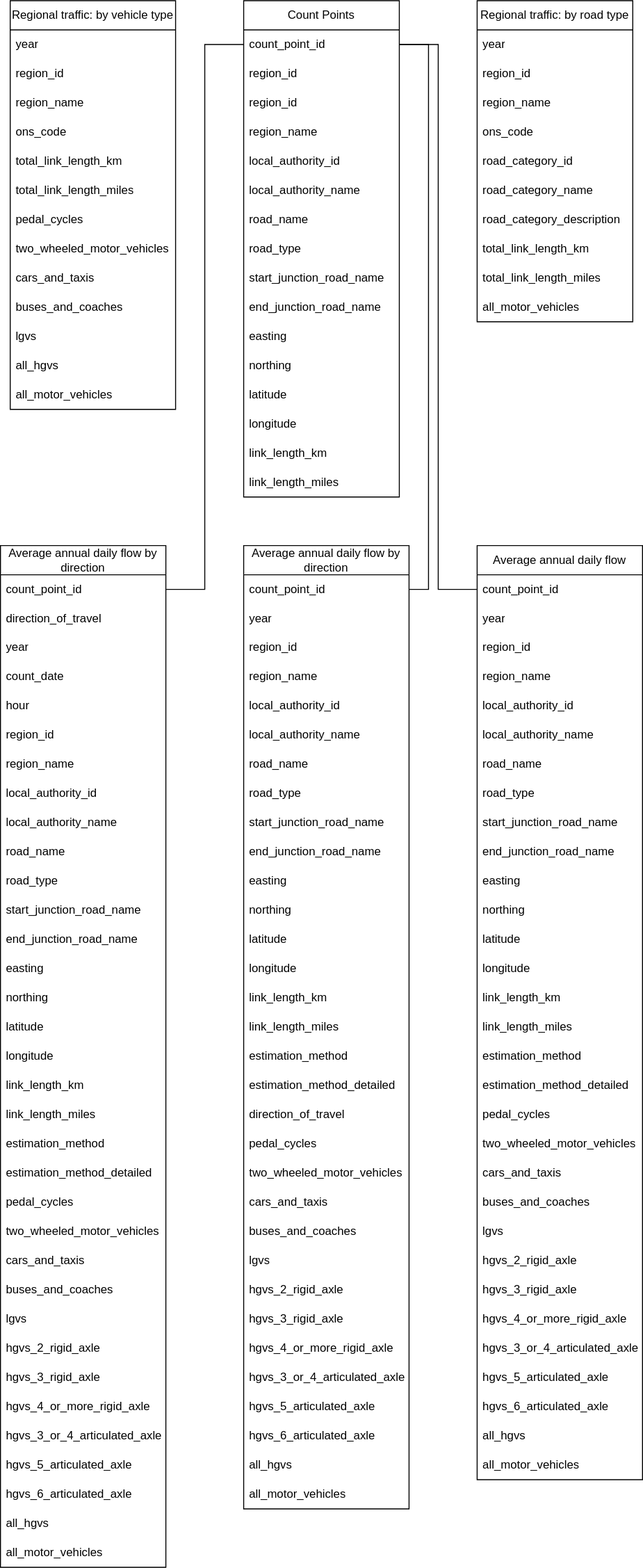
The draw.io diagram IDS/Assest/TrafficSchema.drawio.svg in MCollins87/MSC_EnterpriseIT, before a commit. Source tidied: cells renumbered, new cells last; positions are measured from the earlier drawing's top-left corner, leaving out a move shared by most shapes.
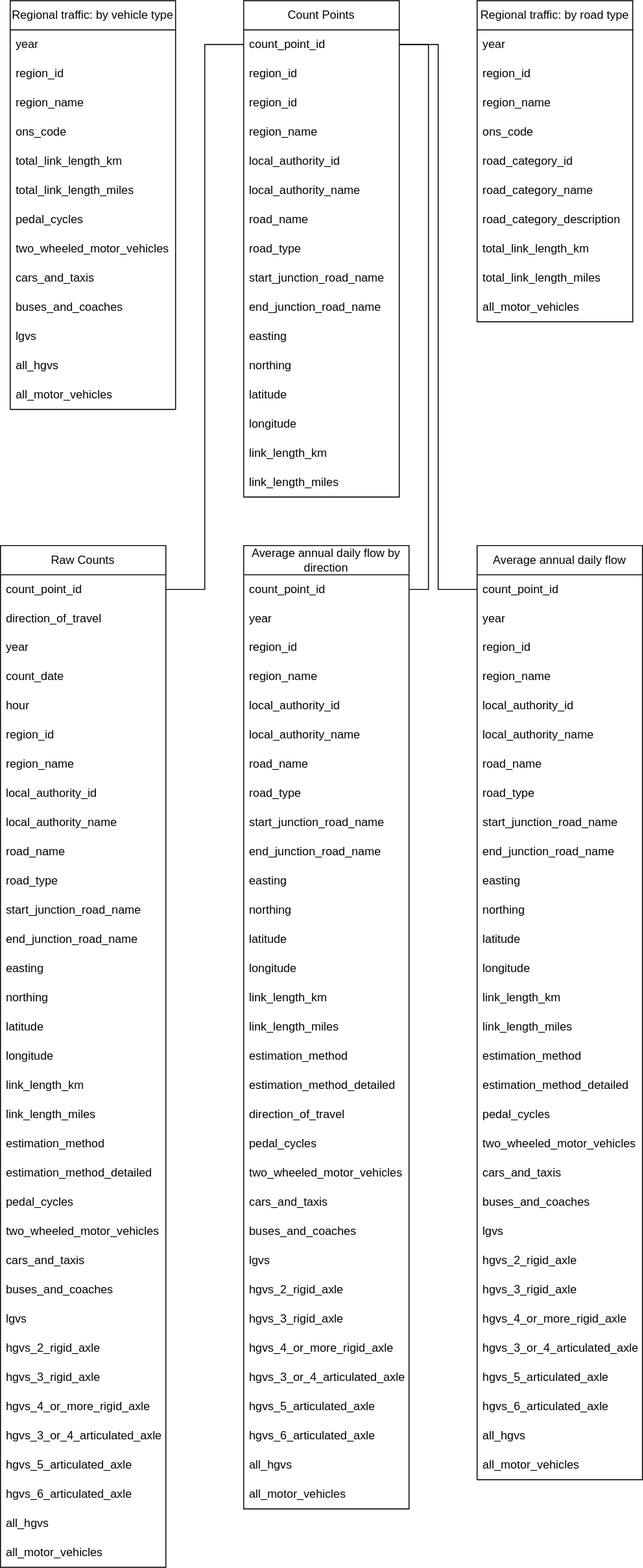
The same file after the commit.

What changed in the source:
```diff
@@ -323,7 +323,7 @@
     <mxCell id="108" value="all_motor_vehicles" style="text;strokeColor=none;fillColor=none;align=left;verticalAlign=middle;spacingLeft=4;spacingRight=4;overflow=hidden;whiteSpace=wrap;html=1;" parent="76" vertex="1">
       <mxGeometry y="960" width="170" height="30" as="geometry" />
     </mxCell>
-    <mxCell id="109" value="Average annual daily flow by direction" style="swimlane;fontStyle=0;horizontal=1;startSize=30;whiteSpace=wrap;html=1;" parent="1" vertex="1">
+    <mxCell id="109" value="Raw Counts" style="swimlane;fontStyle=0;horizontal=1;startSize=30;whiteSpace=wrap;html=1;" parent="1" vertex="1">
       <mxGeometry y="560" width="170" height="1050" as="geometry" />
     </mxCell>
     <mxCell id="110" value="count_point_id" style="text;strokeColor=none;fillColor=none;align=left;verticalAlign=middle;spacingLeft=4;spacingRight=4;overflow=hidden;points=[[0,0.5],[1,0.5]];portConstraint=eastwest;whiteSpace=wrap;html=1;" parent="109" vertex="1">
```
